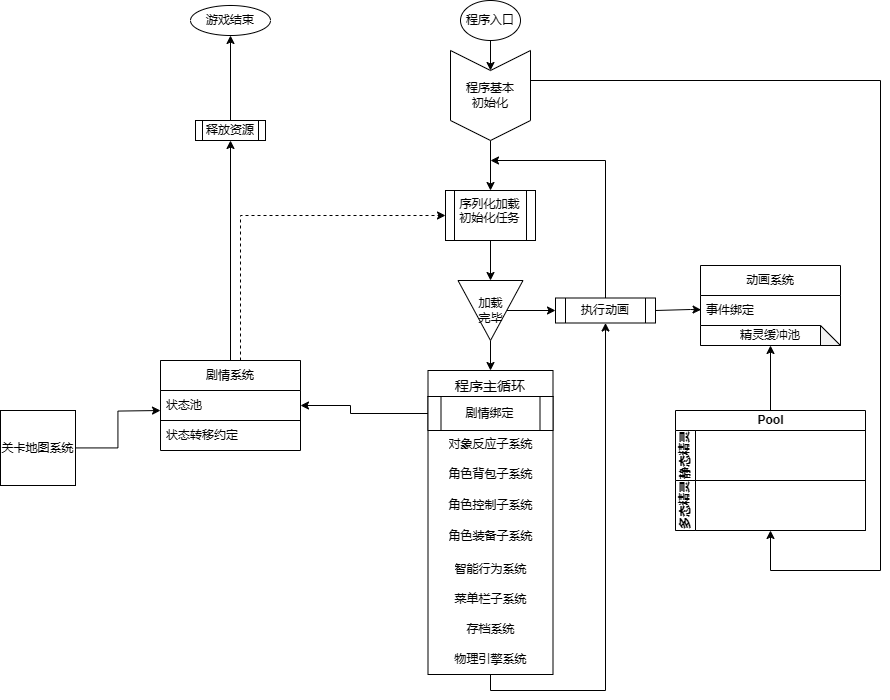
Before: 游戏框架/未命名绘图.drawio.png, a diagram exported from draw.io (AliceAuto/-Funcode-). Source tidied: cells renumbered, new cells last; positions are measured from the earlier drawing's top-left corner, leaving out a move shared by most shapes.
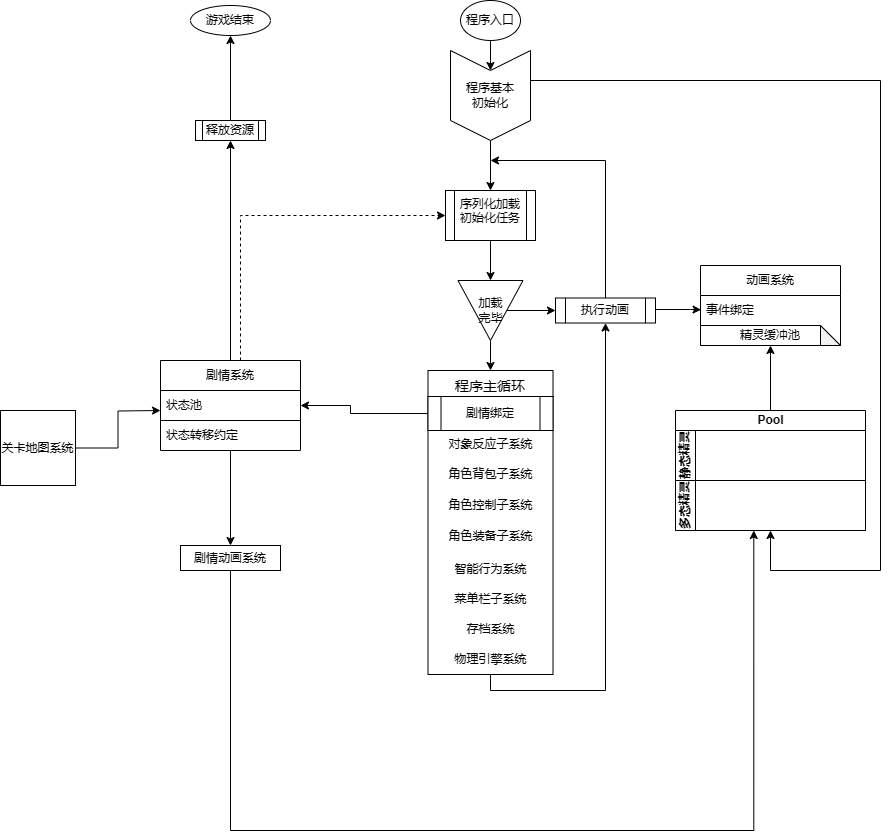
Above is the later version.

Commit message:
更新未命名绘图.drawio.png

Change to the diagram source:
```diff
@@ -135,6 +135,9 @@
     <mxCell id="37" value="释放资源" style="shape=process;whiteSpace=wrap;html=1;backgroundOutline=1;" parent="1" vertex="1">
       <mxGeometry x="195" y="120" width="70" height="20" as="geometry" />
     </mxCell>
+    <mxCell id="46" style="edgeStyle=orthogonalEdgeStyle;rounded=0;jettySize=auto;html=1;" parent="1" edge="1" source="38" target="48">
+      <mxGeometry relative="1" as="geometry" />
+    </mxCell>
     <mxCell id="38" value="List" style="swimlane;fontStyle=0;horizontal=1;startSize=30;whiteSpace=wrap;html=1;" parent="1" vertex="1">
       <mxGeometry x="160" y="360" width="140" height="90" as="geometry" />
     </mxCell>
@@ -170,5 +173,17 @@
     <mxCell id="45" value="关卡地图系统" style="whiteSpace=wrap;html=1;" parent="1" vertex="1">
       <mxGeometry y="410" width="75" height="75" as="geometry" />
     </mxCell>
+    <mxCell id="47" style="edgeStyle=orthogonalEdgeStyle;rounded=0;jettySize=auto;html=1;exitX=0.5;exitY=1;exitDx=0;exitDy=0;" parent="1" edge="1" source="48">
+      <mxGeometry relative="1" as="geometry">
+        <mxPoint x="753.3" y="530" as="targetPoint" />
+        <Array as="points">
+          <mxPoint x="230" y="830" />
+          <mxPoint x="753" y="830" />
+        </Array>
+      </mxGeometry>
+    </mxCell>
+    <mxCell id="48" value="剧情动画系统" style="whiteSpace=wrap;html=1;fontStyle=0;startSize=30;" parent="1" vertex="1">
+      <mxGeometry x="180" y="545" width="100" height="25" as="geometry" />
+    </mxCell>
   </root>
 </mxGraphModel>
```
